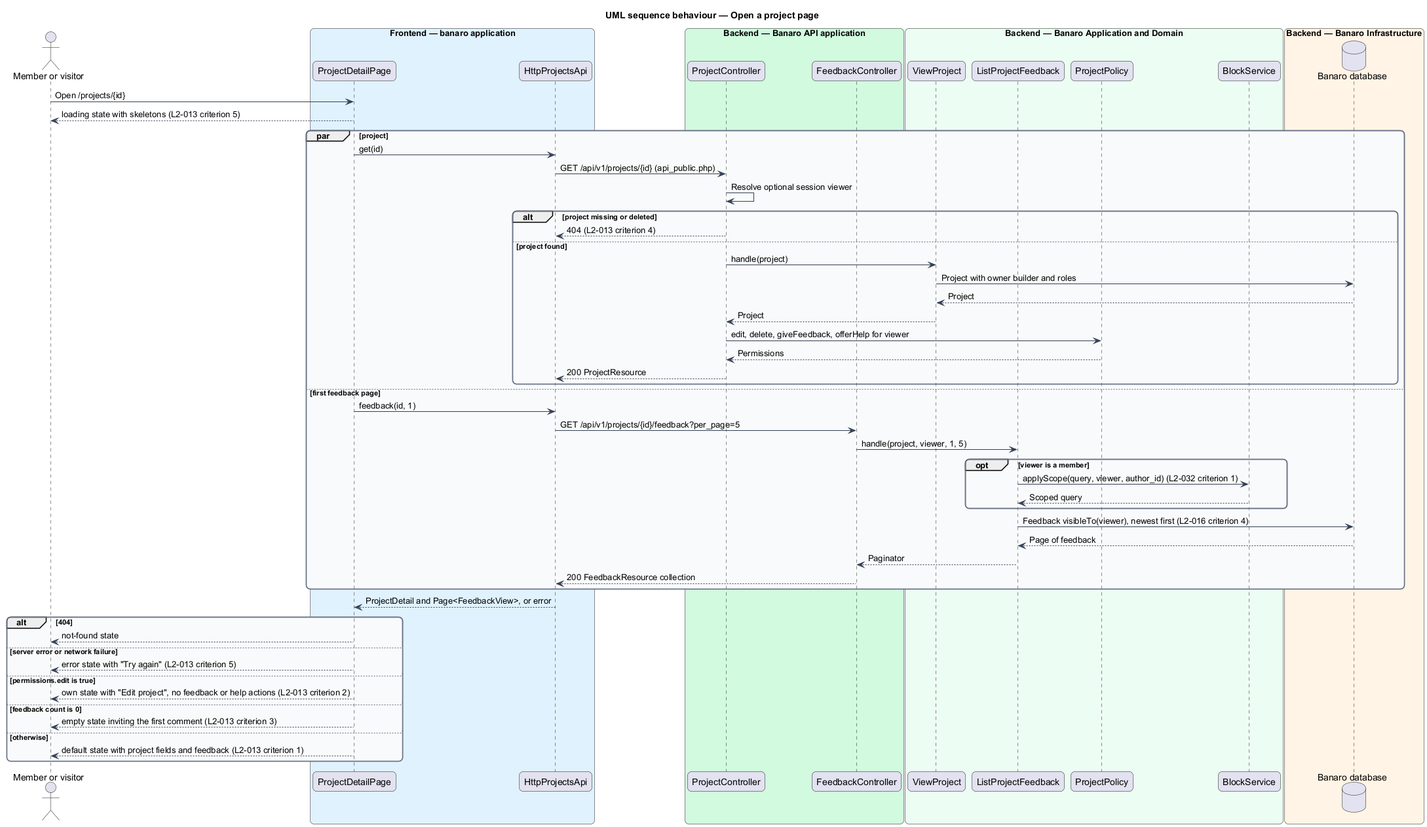
Earlier version of the PlantUML export docs/detailed-designs/projects/view-project/diagrams/sequence-view-project.png (QuinntyneBrown/banaro). The source it was exported from:
```plantuml
@startuml
title UML sequence behaviour — Open a project page
skinparam backgroundColor #FFFFFF
skinparam shadowing false
skinparam roundcorner 12
skinparam defaultFontName Arial
skinparam ArrowColor #344054
skinparam rectangle {
  BorderColor #344054
  FontColor #101828
}
skinparam package {
  BorderColor #667085
  FontColor #101828
  BackgroundColor #F9FAFB
}
actor "Member or visitor" as actor
box "Frontend — banaro application" #E0F2FE
  participant "ProjectDetailPage" as page
  participant "HttpProjectsApi" as client
end box
box "Backend — Banaro API application" #D1FADF
  participant "ProjectController" as pctrl
  participant "FeedbackController" as fctrl
end box
box "Backend — Banaro Application and Domain" #ECFDF3
  participant "ViewProject" as view
  participant "ListProjectFeedback" as list
  participant "ProjectPolicy" as policy
  participant "BlockService" as block
end box
box "Backend — Banaro Infrastructure" #FFF4E5
  database "Banaro database" as db
end box

actor -> page : Open /projects/{id}
page --> actor : loading state with skeletons (L2-013 criterion 5)
par project
  page -> client : get(id)
  client -> pctrl : GET /api/v1/projects/{id} (api_public.php)
  pctrl -> pctrl : Resolve optional session viewer
  alt project missing or deleted
    pctrl --> client : 404 (L2-013 criterion 4)
  else project found
    pctrl -> view : handle(project)
    view -> db : Project with owner builder and roles
    db --> view : Project
    view --> pctrl : Project
    pctrl -> policy : edit, delete, giveFeedback, offerHelp for viewer
    policy --> pctrl : Permissions
    pctrl --> client : 200 ProjectResource
  end
else first feedback page
  page -> client : feedback(id, 1)
  client -> fctrl : GET /api/v1/projects/{id}/feedback?per_page=5
  fctrl -> list : handle(project, viewer, 1, 5)
  opt viewer is a member
    list -> block : applyScope(query, viewer, author_id) (L2-032 criterion 1)
    block --> list : Scoped query
  end
  list -> db : Feedback visibleTo(viewer), newest first (L2-016 criterion 4)
  db --> list : Page of feedback
  list --> fctrl : Paginator
  fctrl --> client : 200 FeedbackResource collection
end
client --> page : ProjectDetail and Page<FeedbackView>, or error
alt 404
  page --> actor : not-found state
else server error or network failure
  page --> actor : error state with "Try again" (L2-013 criterion 5)
else permissions.edit is true
  page --> actor : own state with "Edit project", no feedback or help actions (L2-013 criterion 2)
else feedback count is 0
  page --> actor : empty state inviting the first comment (L2-013 criterion 3)
else otherwise
  page --> actor : default state with project fields and feedback (L2-013 criterion 1)
end
@enduml
```
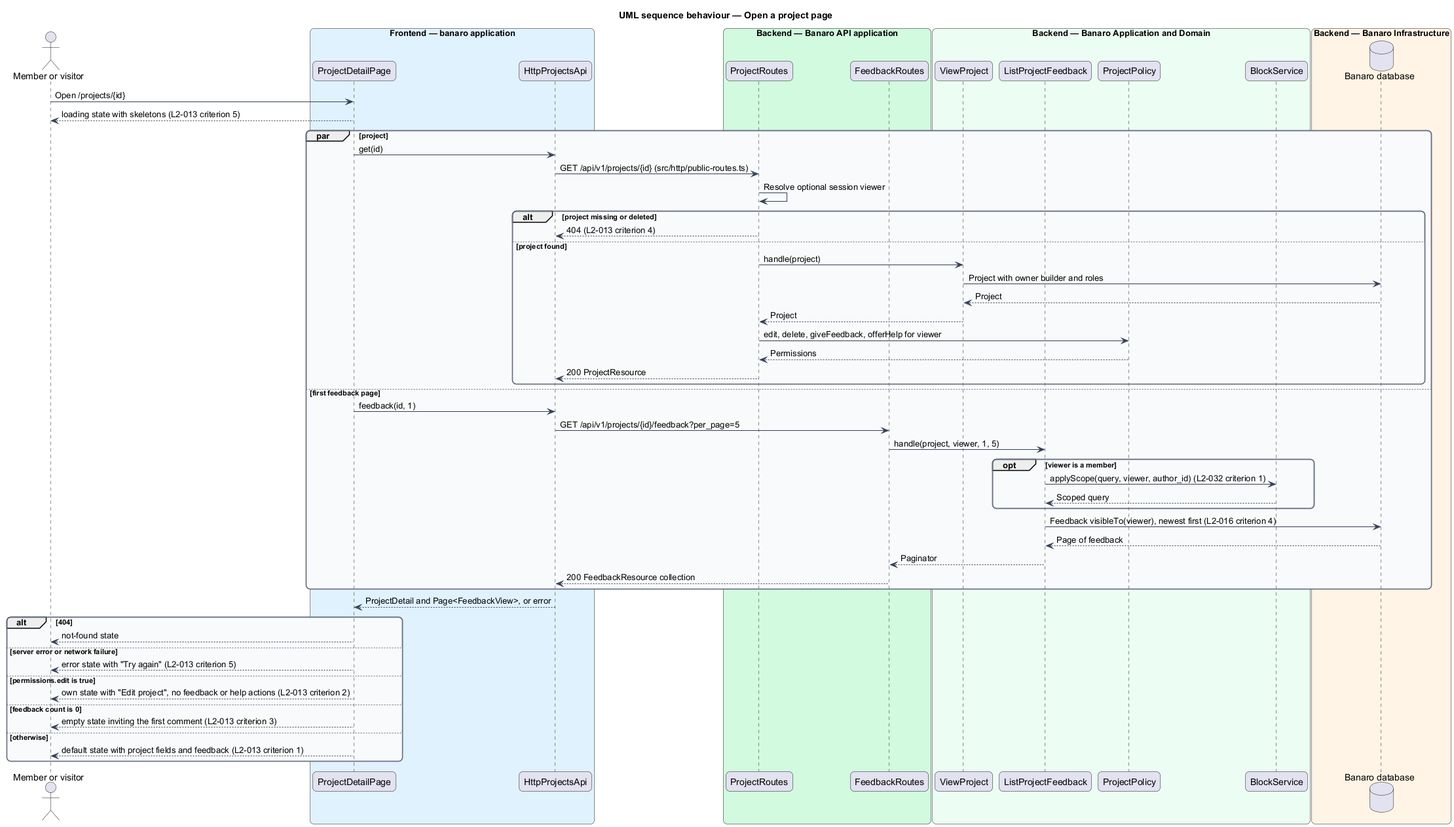
Later version of the same file.

Diff of the diagram source:
```diff
@@ -20,8 +20,8 @@
   participant "HttpProjectsApi" as client
 end box
 box "Backend — Banaro API application" #D1FADF
-  participant "ProjectController" as pctrl
-  participant "FeedbackController" as fctrl
+  participant "ProjectRoutes" as pctrl
+  participant "FeedbackRoutes" as fctrl
 end box
 box "Backend — Banaro Application and Domain" #ECFDF3
   participant "ViewProject" as view
@@ -37,7 +37,7 @@
 page --> actor : loading state with skeletons (L2-013 criterion 5)
 par project
   page -> client : get(id)
-  client -> pctrl : GET /api/v1/projects/{id} (api_public.php)
+  client -> pctrl : GET /api/v1/projects/{id} (src/http/public-routes.ts)
   pctrl -> pctrl : Resolve optional session viewer
   alt project missing or deleted
     pctrl --> client : 404 (L2-013 criterion 4)
```
